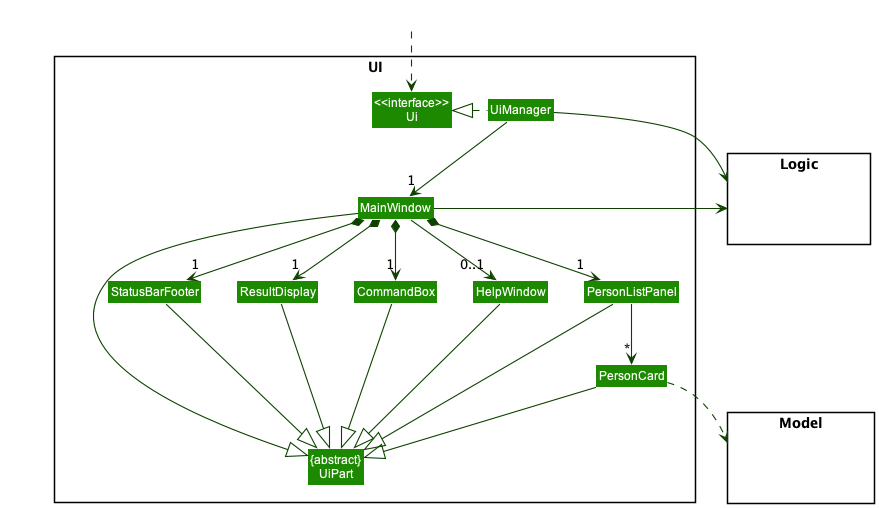
Above: docs/images/UiClassDiagram.png in nus-cs2103-AY2223S1/tp (PlantUML), before the change.
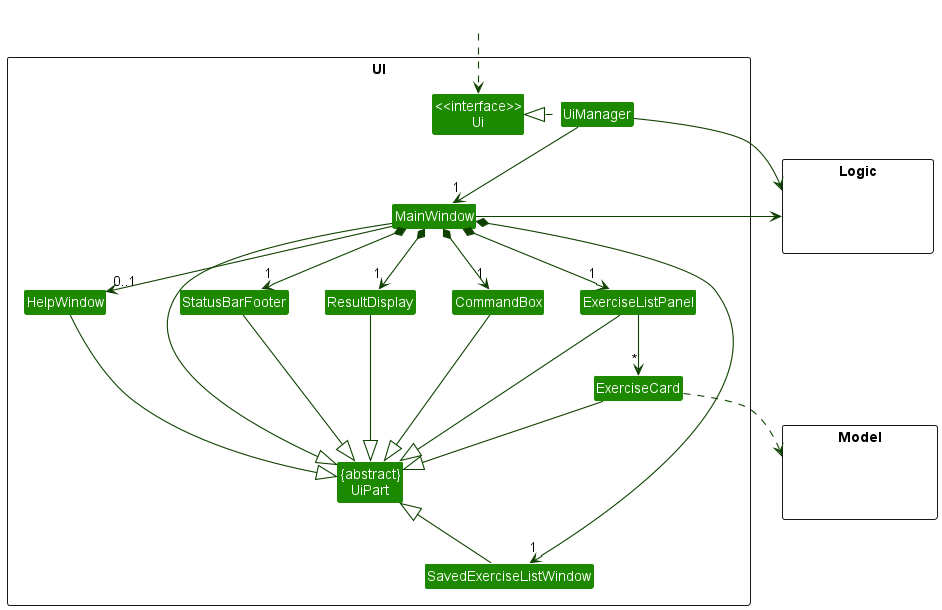
Above is the later version.

Commit message:
Update photo for UiClassDiagram

What changed in the source:
```diff
@@ -11,10 +11,11 @@
 Class MainWindow
 Class HelpWindow
 Class ResultDisplay
-Class PersonListPanel
-Class PersonCard
+Class ExerciseListPanel
+Class ExerciseCard
 Class StatusBarFooter
 Class CommandBox
+Class SavedExerciseListWindow
 }
 
 package Model <<Rectangle>> {
@@ -31,27 +32,30 @@
 UiManager .left.|> Ui
 UiManager -down-> "1" MainWindow
 MainWindow *-down->  "1" CommandBox
+MainWindow *-down->  "1" SavedExerciseListWindow
 MainWindow *-down-> "1" ResultDisplay
-MainWindow *-down-> "1" PersonListPanel
+MainWindow *-down-> "1" ExerciseListPanel
 MainWindow *-down-> "1" StatusBarFooter
 MainWindow --> "0..1" HelpWindow
 
-PersonListPanel -down-> "*" PersonCard
+ExerciseListPanel -down-> "*" ExerciseCard
 
 MainWindow -left-|> UiPart
 
 ResultDisplay --|> UiPart
 CommandBox --|> UiPart
-PersonListPanel --|> UiPart
-PersonCard --|> UiPart
+ExerciseListPanel --|> UiPart
+ExerciseCard --|> UiPart
 StatusBarFooter --|> UiPart
 HelpWindow --|> UiPart
+SavedExerciseListWindow --up|> UiPart
 
-PersonCard ..> Model
+
+ExerciseCard ..> Model
 UiManager -right-> Logic
 MainWindow -left-> Logic
 
-PersonListPanel -[hidden]left- HelpWindow
+ExerciseListPanel -[hidden]left- HelpWindow
 HelpWindow -[hidden]left- CommandBox
 CommandBox -[hidden]left- ResultDisplay
 ResultDisplay -[hidden]left- StatusBarFooter
```
